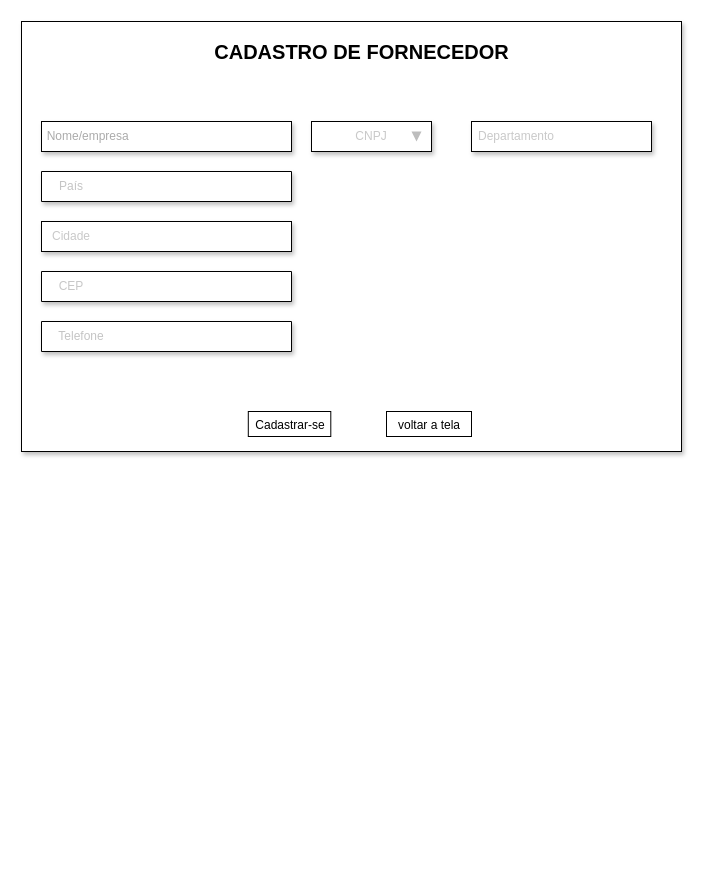
Above: DOC/layout.drawio in lucasmathiasbelini/projeto3 (draw.io), before the change. Source tidied: cells renumbered, new cells numbered last; positions are measured from the earlier drawing's top-left corner, leaving out a move shared by most shapes. Both pictures are drawn from the tidied source at 100%, with x=0, y=0 at pixel (21, 21).
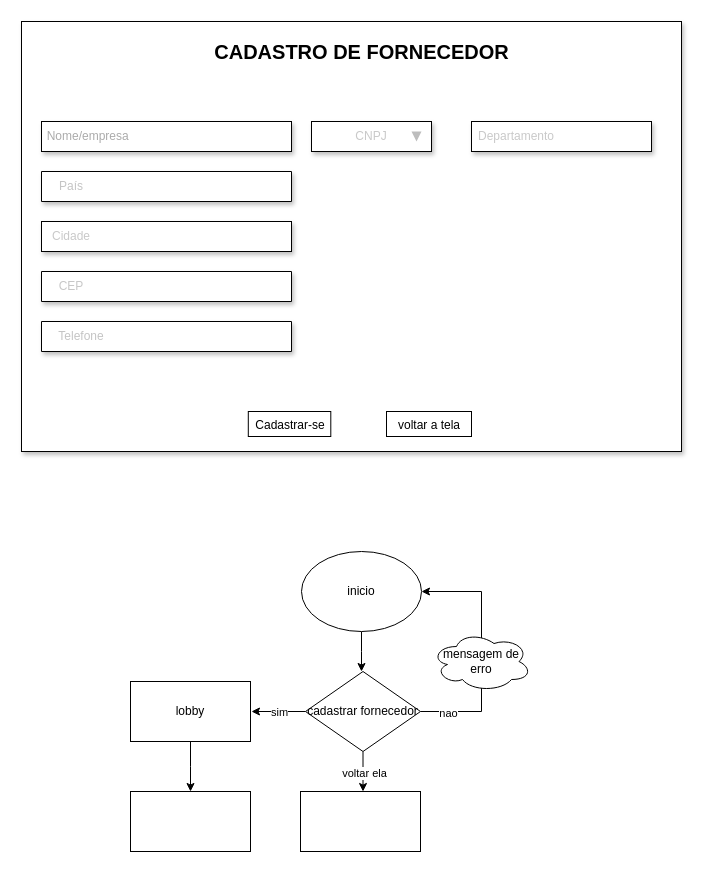
The same page after the edit.

Change to the diagram source:
```diff
@@
+    <mxCell id="21" style="edgeStyle=orthogonalEdgeStyle;rounded=0;jettySize=auto;html=1;" parent="1" edge="1" source="22">
+      <mxGeometry relative="1" as="geometry">
+        <mxPoint x="340" y="650" as="targetPoint" />
+      </mxGeometry>
+    </mxCell>
+    <mxCell id="22" value="inicio" style="ellipse;whiteSpace=wrap;html=1;" parent="1" vertex="1">
+      <mxGeometry x="280" y="530" width="120" height="80" as="geometry" />
+    </mxCell>
+    <mxCell id="23" value="sim" style="edgeStyle=orthogonalEdgeStyle;rounded=0;jettySize=auto;html=1;exitX=0;exitY=0.5;exitDx=0;exitDy=0;" parent="1" edge="1" source="31">
+      <mxGeometry relative="1" as="geometry">
+        <mxPoint x="230" y="690" as="targetPoint" />
+      </mxGeometry>
+    </mxCell>
+    <mxCell id="24" style="edgeStyle=orthogonalEdgeStyle;rounded=0;jettySize=auto;html=1;" parent="1" edge="1" source="25">
+      <mxGeometry relative="1" as="geometry">
+        <mxPoint x="169" y="770" as="targetPoint" />
+      </mxGeometry>
+    </mxCell>
+    <mxCell id="25" value="lobby" style="rounded=0;whiteSpace=wrap;html=1;" parent="1" vertex="1">
+      <mxGeometry x="109" y="660" width="120" height="60" as="geometry" />
+    </mxCell>
+    <mxCell id="26" style="rounded=0;whiteSpace=wrap;html=1;" parent="1" vertex="1">
+      <mxGeometry x="109" y="770" width="120" height="60" as="geometry" />
+    </mxCell>
+    <mxCell id="27" style="edgeStyle=orthogonalEdgeStyle;rounded=0;jettySize=auto;html=1;exitX=1;exitY=0.5;exitDx=0;exitDy=0;entryX=1;entryY=0.5;entryDx=0;entryDy=0;" parent="1" edge="1" source="31" target="22">
+      <mxGeometry relative="1" as="geometry">
+        <Array as="points">
+          <mxPoint x="460" y="690" />
+          <mxPoint x="460" y="570" />
+        </Array>
+      </mxGeometry>
+    </mxCell>
+    <mxCell id="28" value="nao" style="edgeLabel;html=1;align=center;verticalAlign=middle;" parent="27" vertex="1">
+      <mxGeometry x="-0.78" y="-1" relative="1" as="geometry" />
+    </mxCell>
+    <mxCell id="29" style="edgeStyle=orthogonalEdgeStyle;rounded=0;jettySize=auto;html=1;" parent="1" edge="1" source="31">
+      <mxGeometry relative="1" as="geometry">
+        <mxPoint x="341.5" y="770" as="targetPoint" />
+      </mxGeometry>
+    </mxCell>
+    <mxCell id="30" value="voltar ela" style="edgeLabel;html=1;align=center;verticalAlign=middle;" parent="29" vertex="1">
+      <mxGeometry x="0.11" y="1" relative="1" as="geometry" />
+    </mxCell>
+    <mxCell id="31" value="cadastrar fornecedor" style="rhombus;whiteSpace=wrap;html=1;" parent="1" vertex="1">
+      <mxGeometry x="284" y="650" width="115" height="80" as="geometry" />
+    </mxCell>
+    <mxCell id="32" value="mensagem de erro" style="ellipse;shape=cloud;whiteSpace=wrap;html=1;" parent="1" vertex="1">
+      <mxGeometry x="410" y="610" width="100" height="60" as="geometry" />
+    </mxCell>
+    <mxCell id="33" style="rounded=0;whiteSpace=wrap;html=1;" parent="1" vertex="1">
+      <mxGeometry x="279" y="770" width="120" height="60" as="geometry" />
+    </mxCell>
```
